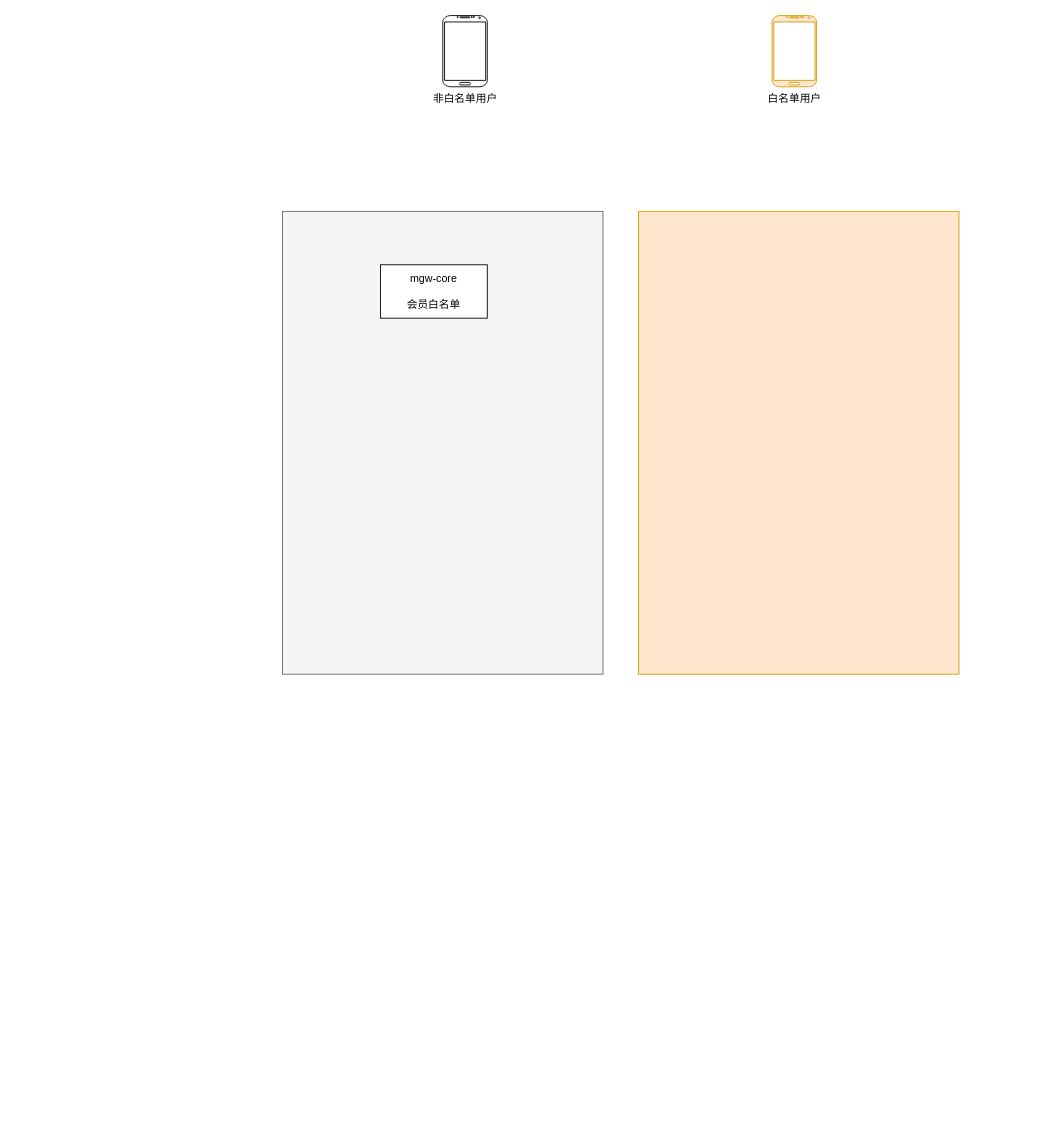
catface996/images keeps this draw.io diagram as 回调流量集群路由方案.drawio. Above is the earlier version. Source tidied: cells renumbered, new cells numbered last; positions are measured from the earlier drawing's top-left corner, leaving out a move shared by most shapes. Both pictures are drawn from the tidied source at 89%, with x=0, y=0 at pixel (282, 15).
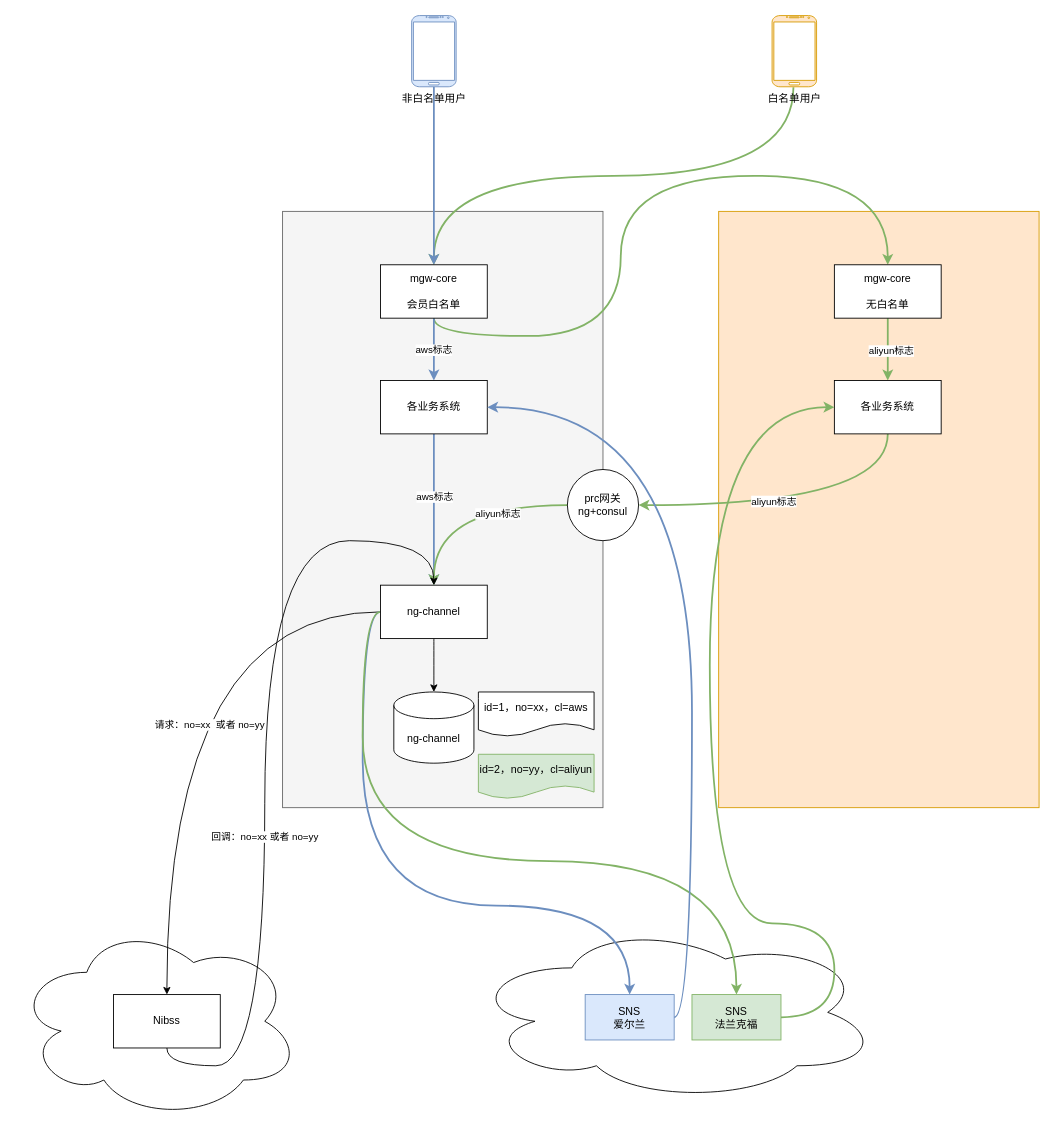
The same diagram, later.

Commit message (it also covers changes not shown here):
更新回调流量集群路由方案.drawio

Unchanged cells that the change refers to:
```xml
<mxCell id="4" value="白名单用户" style="verticalLabelPosition=bottom;verticalAlign=top;html=1;shadow=0;dashed=0;strokeWidth=1;shape=mxgraph.android.phone2;strokeColor=#d79b00;fillColor=#ffe6cc;" parent="1" vertex="1">
  <mxGeometry x="550" width="50" height="80" as="geometry" />
</mxCell>
<mxCell id="6" value="mgw-core&lt;br&gt;&lt;br&gt;会员白名单" style="rounded=0;whiteSpace=wrap;html=1;" parent="1" vertex="1">
  <mxGeometry x="110" y="280" width="120" height="60" as="geometry" />
</mxCell>
```

What changed in the source:
```diff
@@
     <mxCell id="2" style="rounded=0;whiteSpace=wrap;html=1;fillColor=#f5f5f5;fontColor=#333333;strokeColor=#666666;" parent="1" vertex="1">
-      <mxGeometry y="220" width="360" height="520" as="geometry" />
+      <mxGeometry y="220" width="360" height="670" as="geometry" />
     </mxCell>
     <mxCell id="3" style="rounded=0;whiteSpace=wrap;html=1;fillColor=#ffe6cc;strokeColor=#d79b00;" parent="1" vertex="1">
-      <mxGeometry x="400" y="220" width="360" height="520" as="geometry" />
+      <mxGeometry x="490" y="220" width="360" height="670" as="geometry" />
     </mxCell>
+    <mxCell id="7" style="edgeStyle=orthogonalEdgeStyle;curved=1;rounded=0;jettySize=auto;html=1;entryX=0.5;entryY=0;entryDx=0;entryDy=0;exitX=0.48;exitY=1.006;exitDx=0;exitDy=0;exitPerimeter=0;fillColor=#d5e8d4;strokeColor=#82b366;strokeWidth=2;" parent="1" edge="1" source="4" target="6">
+      <mxGeometry relative="1" as="geometry" />
+    </mxCell>
@@
+    <mxCell id="8" style="edgeStyle=orthogonalEdgeStyle;rounded=0;jettySize=auto;html=1;entryX=0.5;entryY=0;entryDx=0;entryDy=0;curved=1;fillColor=#dae8fc;strokeColor=#6c8ebf;strokeWidth=2;" parent="1" edge="1" source="5" target="6">
+      <mxGeometry relative="1" as="geometry" />
+    </mxCell>
-    <mxCell id="5" value="非白名单用户" style="verticalLabelPosition=bottom;verticalAlign=top;html=1;shadow=0;dashed=0;strokeWidth=1;shape=mxgraph.android.phone2;strokeColor=#000000;" parent="1" vertex="1">
-      <mxGeometry x="180" width="50" height="80" as="geometry" />
+    <mxCell id="5" value="非白名单用户" style="verticalLabelPosition=bottom;verticalAlign=top;html=1;shadow=0;dashed=0;strokeWidth=1;shape=mxgraph.android.phone2;strokeColor=#6c8ebf;fillColor=#dae8fc;" parent="1" vertex="1">
+      <mxGeometry x="145" width="50" height="80" as="geometry" />
     </mxCell>
+    <mxCell id="9" style="edgeStyle=orthogonalEdgeStyle;curved=1;rounded=0;jettySize=auto;html=1;entryX=0.5;entryY=0;entryDx=0;entryDy=0;exitX=0.5;exitY=1;exitDx=0;exitDy=0;fillColor=#d5e8d4;strokeColor=#82b366;strokeWidth=2;" parent="1" edge="1" source="6" target="14">
+      <mxGeometry relative="1" as="geometry">
+        <Array as="points">
+          <mxPoint x="170" y="360" />
+          <mxPoint x="380" y="360" />
+          <mxPoint x="380" y="180" />
+          <mxPoint x="680" y="180" />
+        </Array>
+      </mxGeometry>
+    </mxCell>
+    <mxCell id="10" style="edgeStyle=orthogonalEdgeStyle;curved=1;rounded=0;jettySize=auto;html=1;entryX=0.5;entryY=0;entryDx=0;entryDy=0;fillColor=#dae8fc;strokeColor=#6c8ebf;strokeWidth=2;" parent="1" edge="1" source="6" target="17">
+      <mxGeometry relative="1" as="geometry" />
+    </mxCell>
+    <mxCell id="11" value="aws标志" style="edgeLabel;html=1;align=center;verticalAlign=middle;" parent="10" vertex="1">
+      <mxGeometry x="0.01" y="-1" relative="1" as="geometry" />
+    </mxCell>
@@
+    <mxCell id="12" style="edgeStyle=orthogonalEdgeStyle;curved=1;rounded=0;jettySize=auto;html=1;entryX=0.5;entryY=0;entryDx=0;entryDy=0;fillColor=#d5e8d4;strokeColor=#82b366;strokeWidth=2;" parent="1" edge="1" source="14" target="20">
+      <mxGeometry relative="1" as="geometry" />
+    </mxCell>
+    <mxCell id="13" value="aliyun标志" style="edgeLabel;html=1;align=center;verticalAlign=middle;" parent="12" vertex="1">
+      <mxGeometry x="-0.01" y="3" relative="1" as="geometry">
+        <mxPoint y="1" as="offset" />
+      </mxGeometry>
+    </mxCell>
+    <mxCell id="14" value="mgw-core&lt;br&gt;&lt;br&gt;无白名单" style="rounded=0;whiteSpace=wrap;html=1;" parent="1" vertex="1">
+      <mxGeometry x="620" y="280" width="120" height="60" as="geometry" />
+    </mxCell>
+    <mxCell id="15" style="edgeStyle=orthogonalEdgeStyle;curved=1;rounded=0;jettySize=auto;html=1;entryX=0.5;entryY=0;entryDx=0;entryDy=0;fillColor=#dae8fc;strokeColor=#6c8ebf;strokeWidth=2;" parent="1" edge="1" source="17" target="28">
+      <mxGeometry relative="1" as="geometry" />
+    </mxCell>
+    <mxCell id="16" value="aws标志" style="edgeLabel;html=1;align=center;verticalAlign=middle;" parent="15" vertex="1">
+      <mxGeometry x="-0.19" relative="1" as="geometry">
+        <mxPoint y="1" as="offset" />
+      </mxGeometry>
+    </mxCell>
+    <mxCell id="17" value="各业务系统" style="rounded=0;whiteSpace=wrap;html=1;" parent="1" vertex="1">
+      <mxGeometry x="110" y="410" width="120" height="60" as="geometry" />
+    </mxCell>
+    <mxCell id="18" style="edgeStyle=orthogonalEdgeStyle;curved=1;rounded=0;jettySize=auto;html=1;entryX=1;entryY=0.5;entryDx=0;entryDy=0;exitX=0.5;exitY=1;exitDx=0;exitDy=0;fillColor=#d5e8d4;strokeColor=#82b366;strokeWidth=2;" parent="1" edge="1" source="20" target="32">
+      <mxGeometry relative="1" as="geometry" />
+    </mxCell>
+    <mxCell id="19" value="aliyun标志" style="edgeLabel;html=1;align=center;verticalAlign=middle;" parent="18" vertex="1">
+      <mxGeometry x="0.16" y="-5" relative="1" as="geometry" />
+    </mxCell>
+    <mxCell id="20" value="各业务系统" style="rounded=0;whiteSpace=wrap;html=1;" parent="1" vertex="1">
+      <mxGeometry x="620" y="410" width="120" height="60" as="geometry" />
+    </mxCell>
+    <mxCell id="21" style="ellipse;shape=cloud;whiteSpace=wrap;html=1;" parent="1" vertex="1">
+      <mxGeometry x="-300" y="1020" width="320" height="220" as="geometry" />
+    </mxCell>
+    <mxCell id="22" style="ellipse;shape=cloud;whiteSpace=wrap;html=1;" parent="1" vertex="1">
+      <mxGeometry x="210" y="1020" width="460" height="200" as="geometry" />
+    </mxCell>
+    <mxCell id="23" style="edgeStyle=orthogonalEdgeStyle;curved=1;rounded=0;jettySize=auto;html=1;entryX=0.5;entryY=0;entryDx=0;entryDy=0;entryPerimeter=0;" parent="1" edge="1" source="28" target="29">
+      <mxGeometry relative="1" as="geometry" />
+    </mxCell>
+    <mxCell id="24" style="edgeStyle=orthogonalEdgeStyle;curved=1;rounded=0;jettySize=auto;html=1;entryX=0.5;entryY=0;entryDx=0;entryDy=0;" parent="1" edge="1" source="28" target="37">
+      <mxGeometry relative="1" as="geometry" />
+    </mxCell>
+    <mxCell id="25" value="请求：no=xx&amp;nbsp; 或者 no=yy" style="edgeLabel;html=1;align=center;verticalAlign=middle;" parent="24" vertex="1">
+      <mxGeometry x="0.09" y="47" relative="1" as="geometry">
+        <mxPoint y="1" as="offset" />
+      </mxGeometry>
+    </mxCell>
+    <mxCell id="26" style="edgeStyle=orthogonalEdgeStyle;curved=1;rounded=0;jettySize=auto;html=1;entryX=0.5;entryY=0;entryDx=0;entryDy=0;exitX=0;exitY=0.5;exitDx=0;exitDy=0;fillColor=#dae8fc;strokeColor=#6c8ebf;strokeWidth=2;" parent="1" edge="1" source="28" target="39">
+      <mxGeometry relative="1" as="geometry">
+        <Array as="points">
+          <mxPoint x="90" y="670" />
+          <mxPoint x="90" y="1000" />
+          <mxPoint x="390" y="1000" />
+        </Array>
+      </mxGeometry>
+    </mxCell>
+    <mxCell id="27" style="edgeStyle=orthogonalEdgeStyle;curved=1;rounded=0;jettySize=auto;html=1;entryX=0.5;entryY=0;entryDx=0;entryDy=0;exitX=0;exitY=0.5;exitDx=0;exitDy=0;fillColor=#d5e8d4;strokeColor=#82b366;strokeWidth=2;" parent="1" edge="1" source="28" target="41">
+      <mxGeometry relative="1" as="geometry">
+        <Array as="points">
+          <mxPoint x="90" y="670" />
+          <mxPoint x="90" y="950" />
+          <mxPoint x="510" y="950" />
+        </Array>
+      </mxGeometry>
+    </mxCell>
+    <mxCell id="28" value="ng-channel" style="rounded=0;whiteSpace=wrap;html=1;" parent="1" vertex="1">
+      <mxGeometry x="110" y="640" width="120" height="60" as="geometry" />
+    </mxCell>
+    <mxCell id="29" value="ng-channel" style="shape=cylinder3;whiteSpace=wrap;html=1;boundedLbl=1;backgroundOutline=1;size=15;" parent="1" vertex="1">
+      <mxGeometry x="125" y="760" width="90" height="80" as="geometry" />
+    </mxCell>
+    <mxCell id="30" style="edgeStyle=orthogonalEdgeStyle;curved=1;rounded=0;jettySize=auto;html=1;entryX=0.5;entryY=0;entryDx=0;entryDy=0;fillColor=#d5e8d4;strokeColor=#82b366;strokeWidth=2;" parent="1" edge="1" source="32" target="28">
+      <mxGeometry relative="1" as="geometry" />
+    </mxCell>
+    <mxCell id="31" value="aliyun标志" style="edgeLabel;html=1;align=center;verticalAlign=middle;" parent="30" vertex="1">
+      <mxGeometry x="-0.34" y="9" relative="1" as="geometry" />
+    </mxCell>
+    <mxCell id="32" value="prc网关&lt;br&gt;ng+consul" style="ellipse;whiteSpace=wrap;html=1;" parent="1" vertex="1">
+      <mxGeometry x="320" y="510" width="80" height="80" as="geometry" />
+    </mxCell>
+    <mxCell id="33" value="id=1，no=xx，cl=aws" style="shape=document;whiteSpace=wrap;html=1;boundedLbl=1;" parent="1" vertex="1">
+      <mxGeometry x="220" y="760" width="130" height="50" as="geometry" />
+    </mxCell>
+    <mxCell id="34" value="id=2，no=yy，cl=aliyun" style="shape=document;whiteSpace=wrap;html=1;boundedLbl=1;fillColor=#d5e8d4;strokeColor=#82b366;" parent="1" vertex="1">
+      <mxGeometry x="220" y="830" width="130" height="50" as="geometry" />
+    </mxCell>
+    <mxCell id="35" style="edgeStyle=orthogonalEdgeStyle;curved=1;rounded=0;jettySize=auto;html=1;entryX=0.5;entryY=0;entryDx=0;entryDy=0;exitX=0.5;exitY=1;exitDx=0;exitDy=0;" parent="1" edge="1" source="37" target="28">
+      <mxGeometry relative="1" as="geometry">
+        <Array as="points">
+          <mxPoint x="-130" y="1180" />
+          <mxPoint x="-20" y="1180" />
+          <mxPoint x="-20" y="590" />
+          <mxPoint x="170" y="590" />
+        </Array>
+      </mxGeometry>
+    </mxCell>
+    <mxCell id="36" value="回调：no=xx 或者 no=yy" style="edgeLabel;html=1;align=center;verticalAlign=middle;" parent="35" vertex="1">
+      <mxGeometry x="-0.19" y="1" relative="1" as="geometry">
+        <mxPoint y="1" as="offset" />
+      </mxGeometry>
+    </mxCell>
+    <mxCell id="37" value="Nibss" style="rounded=0;whiteSpace=wrap;html=1;" parent="1" vertex="1">
+      <mxGeometry x="-190" y="1100" width="120" height="60" as="geometry" />
+    </mxCell>
+    <mxCell id="38" style="edgeStyle=orthogonalEdgeStyle;curved=1;rounded=0;jettySize=auto;html=1;entryX=1;entryY=0.5;entryDx=0;entryDy=0;exitX=1;exitY=0.5;exitDx=0;exitDy=0;fillColor=#dae8fc;strokeColor=#6c8ebf;strokeWidth=2;" parent="1" edge="1" source="39" target="17">
+      <mxGeometry relative="1" as="geometry" />
+    </mxCell>
+    <mxCell id="39" value="SNS&lt;br&gt;爱尔兰" style="rounded=0;whiteSpace=wrap;html=1;fillColor=#dae8fc;strokeColor=#6c8ebf;" parent="1" vertex="1">
+      <mxGeometry x="340" y="1100" width="100" height="51" as="geometry" />
+    </mxCell>
+    <mxCell id="40" style="edgeStyle=orthogonalEdgeStyle;curved=1;rounded=0;jettySize=auto;html=1;entryX=0;entryY=0.5;entryDx=0;entryDy=0;exitX=1;exitY=0.5;exitDx=0;exitDy=0;fillColor=#d5e8d4;strokeColor=#82b366;strokeWidth=2;" parent="1" edge="1" source="41" target="20">
+      <mxGeometry relative="1" as="geometry">
+        <Array as="points">
+          <mxPoint x="620" y="1126" />
+          <mxPoint x="620" y="1020" />
+          <mxPoint x="480" y="1020" />
+          <mxPoint x="480" y="440" />
+        </Array>
+      </mxGeometry>
+    </mxCell>
+    <mxCell id="41" value="SNS&lt;br&gt;法兰克福" style="rounded=0;whiteSpace=wrap;html=1;fillColor=#d5e8d4;strokeColor=#82b366;" parent="1" vertex="1">
+      <mxGeometry x="460" y="1100" width="100" height="51" as="geometry" />
+    </mxCell>
```
